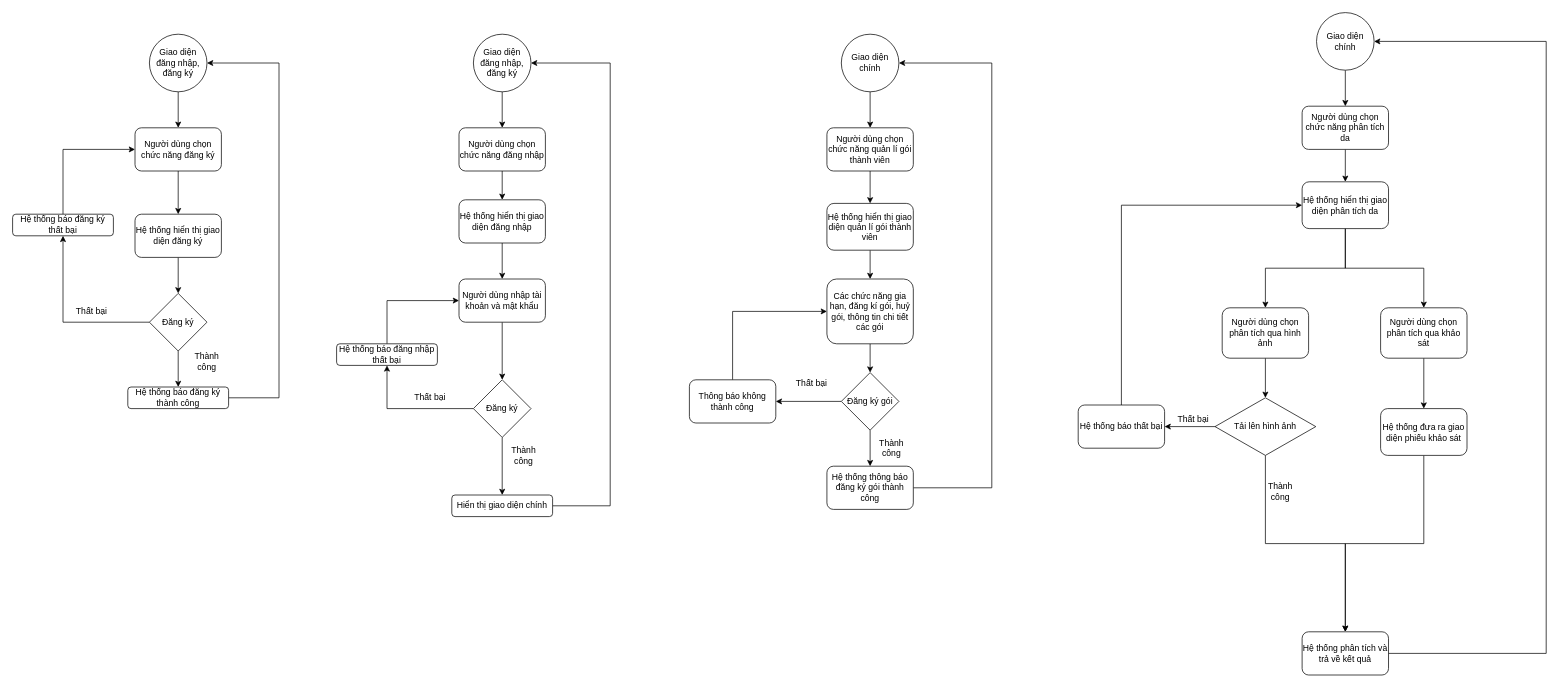
ngnhonk/BeautyMatch keeps this draw.io diagram as User-case chi tiet.drawio. Above is the earlier version. Source tidied: cells renumbered, new cells numbered last; positions are measured from the earlier drawing's top-left corner, leaving out a move shared by most shapes. Both pictures are drawn from the tidied source at 72%, with x=0, y=0 at pixel (12, 12).
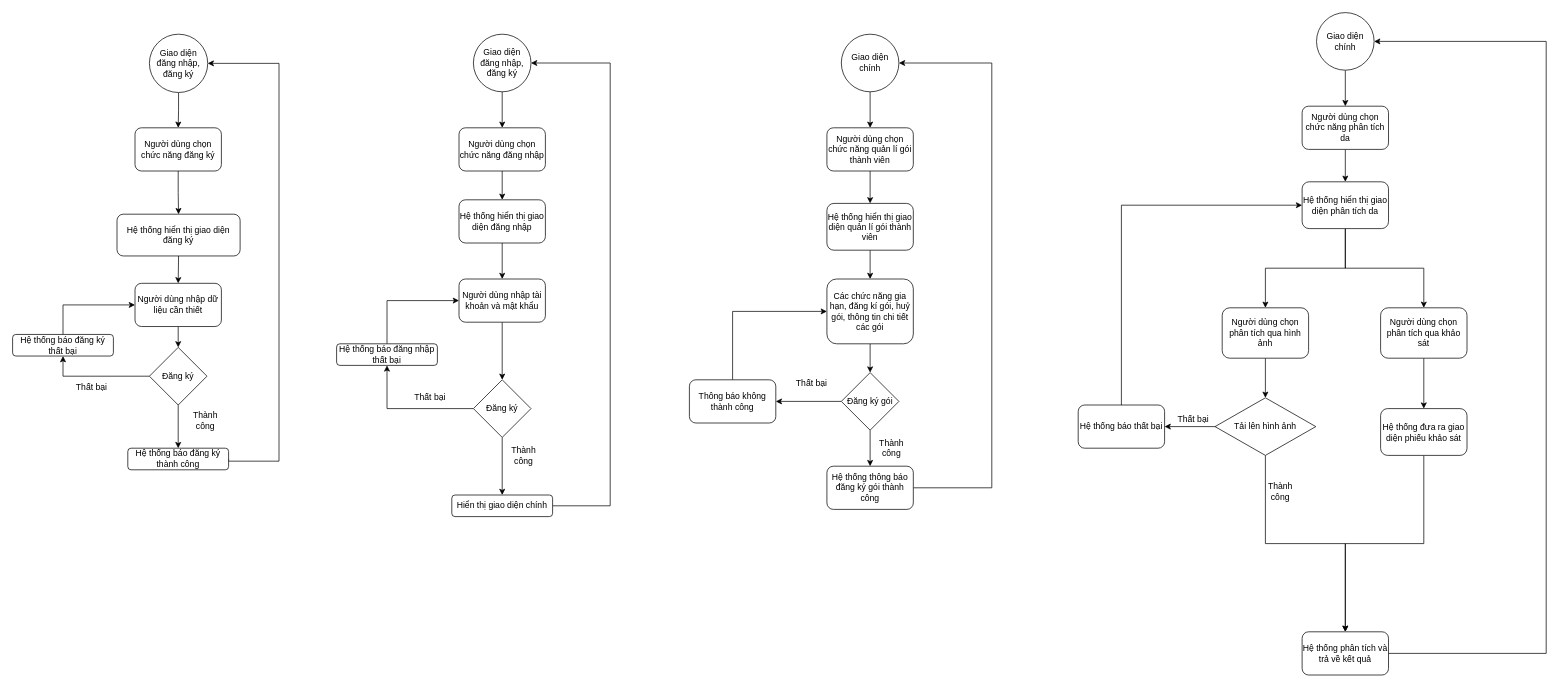
After the change.

Commit message:
Cập nhật User-case chi tiet.drawio

Unchanged cells that the change refers to:
```xml
<mxCell id="5" value="Người dùng chọn chức năng đăng ký" style="rounded=1;whiteSpace=wrap;html=1;" parent="1" vertex="1">
  <mxGeometry x="170" y="160" width="120" height="60" as="geometry" />
</mxCell>
```

Diff of the diagram source:
```diff
@@
     <mxCell id="3" value="Giao diện đăng nhập, đăng ký" style="ellipse;whiteSpace=wrap;html=1;" parent="1" vertex="1">
-      <mxGeometry x="190" y="30" width="80" height="80" as="geometry" />
+      <mxGeometry x="190" y="30" width="81" height="81" as="geometry" />
     </mxCell>
@@
-    <mxCell id="6" style="edgeStyle=orthogonalEdgeStyle;rounded=0;jettySize=auto;html=1;entryX=0.5;entryY=0;entryDx=0;entryDy=0;" parent="1" edge="1" source="7" target="10">
-      <mxGeometry relative="1" as="geometry" />
-    </mxCell>
+    <mxCell id="73" style="edgeStyle=orthogonalEdgeStyle;rounded=0;jettySize=auto;html=1;exitX=0.5;exitY=1;exitDx=0;exitDy=0;entryX=0.5;entryY=0;entryDx=0;entryDy=0;" parent="1" edge="1" source="7" target="77">
+      <mxGeometry relative="1" as="geometry" />
+    </mxCell>
     <mxCell id="7" value="Hệ thống hiển thị giao diện đăng ký" style="rounded=1;whiteSpace=wrap;html=1;" parent="1" vertex="1">
-      <mxGeometry x="170" y="280" width="120" height="60" as="geometry" />
+      <mxGeometry x="145" y="280" width="171" height="58" as="geometry" />
     </mxCell>
+    <mxCell id="9" style="edgeStyle=orthogonalEdgeStyle;rounded=0;jettySize=auto;html=1;entryX=0.5;entryY=0;entryDx=0;entryDy=0;" parent="1" edge="1" source="10" target="14">
+      <mxGeometry relative="1" as="geometry" />
+    </mxCell>
-    <mxCell id="8" style="edgeStyle=orthogonalEdgeStyle;rounded=0;jettySize=auto;html=1;entryX=0.5;entryY=1;entryDx=0;entryDy=0;" parent="1" edge="1" source="10" target="12">
+    <mxCell id="8" style="edgeStyle=orthogonalEdgeStyle;rounded=0;jettySize=auto;html=1;exitX=0;exitY=0.5;exitDx=0;exitDy=0;entryX=0.5;entryY=1;entryDx=0;entryDy=0;" parent="1" edge="1" source="10" target="12">
       <mxGeometry relative="1" as="geometry" />
     </mxCell>
-    <mxCell id="9" style="edgeStyle=orthogonalEdgeStyle;rounded=0;jettySize=auto;html=1;entryX=0.5;entryY=0;entryDx=0;entryDy=0;" parent="1" edge="1" source="10" target="14">
-      <mxGeometry relative="1" as="geometry" />
-    </mxCell>
     <mxCell id="10" value="Đăng ký" style="rhombus;whiteSpace=wrap;html=1;" parent="1" vertex="1">
-      <mxGeometry x="190" y="390" width="80" height="80" as="geometry" />
+      <mxGeometry x="190" y="465" width="80" height="80" as="geometry" />
     </mxCell>
-    <mxCell id="11" style="edgeStyle=orthogonalEdgeStyle;rounded=0;jettySize=auto;html=1;entryX=0;entryY=0.5;entryDx=0;entryDy=0;" parent="1" edge="1" source="12" target="5">
-      <mxGeometry relative="1" as="geometry">
-        <Array as="points">
-          <mxPoint x="70" y="190" />
-        </Array>
-      </mxGeometry>
-    </mxCell>
+    <mxCell id="74" style="edgeStyle=orthogonalEdgeStyle;rounded=0;jettySize=auto;html=1;exitX=0.5;exitY=0;exitDx=0;exitDy=0;entryX=0;entryY=0.5;entryDx=0;entryDy=0;" parent="1" edge="1" source="12" target="77">
+      <mxGeometry relative="1" as="geometry" />
+    </mxCell>
     <mxCell id="12" value="Hệ thống báo đăng ký thất bại" style="rounded=1;whiteSpace=wrap;html=1;" parent="1" vertex="1">
-      <mxGeometry y="280" width="140" height="30" as="geometry" />
+      <mxGeometry y="447" width="140" height="30" as="geometry" />
     </mxCell>
     <mxCell id="13" style="edgeStyle=orthogonalEdgeStyle;rounded=0;jettySize=auto;html=1;entryX=1;entryY=0.5;entryDx=0;entryDy=0;exitX=1;exitY=0.5;exitDx=0;exitDy=0;" parent="1" edge="1" source="14" target="3">
       <mxGeometry relative="1" as="geometry">
         <Array as="points">
-          <mxPoint x="370" y="535" />
+          <mxPoint x="300" y="623" />
+          <mxPoint x="370" y="623" />
           <mxPoint x="370" y="70" />
         </Array>
       </mxGeometry>
     </mxCell>
     <mxCell id="14" value="Hệ thống báo đăng ký thành công" style="rounded=1;whiteSpace=wrap;html=1;" parent="1" vertex="1">
-      <mxGeometry x="160" y="520" width="140" height="30" as="geometry" />
+      <mxGeometry x="160" y="605" width="140" height="30" as="geometry" />
     </mxCell>
     <mxCell id="15" value="Thất bại" style="text;html=1;align=center;verticalAlign=middle;whiteSpace=wrap;rounded=0;" parent="1" vertex="1">
-      <mxGeometry x="80" y="400" width="60" height="30" as="geometry" />
+      <mxGeometry x="80" y="505" width="60" height="30" as="geometry" />
     </mxCell>
     <mxCell id="16" value="Thành công" style="text;html=1;align=center;verticalAlign=middle;whiteSpace=wrap;rounded=0;" parent="1" vertex="1">
-      <mxGeometry x="240" y="470" width="60" height="30" as="geometry" />
+      <mxGeometry x="238" y="552" width="60" height="30" as="geometry" />
     </mxCell>
@@
+    <mxCell id="75" style="edgeStyle=orthogonalEdgeStyle;rounded=0;jettySize=auto;html=1;exitX=1;exitY=0.5;exitDx=0;exitDy=0;" parent="1" edge="1" source="77">
+      <mxGeometry relative="1" as="geometry">
+        <mxPoint x="290.3" y="406.6" as="targetPoint" />
+      </mxGeometry>
+    </mxCell>
+    <mxCell id="76" style="edgeStyle=orthogonalEdgeStyle;rounded=0;jettySize=auto;html=1;exitX=0.5;exitY=1;exitDx=0;exitDy=0;entryX=0.5;entryY=0;entryDx=0;entryDy=0;" parent="1" edge="1" source="77" target="10">
+      <mxGeometry relative="1" as="geometry" />
+    </mxCell>
+    <mxCell id="77" value="Người dùng nhập dữ liệu cần thiết" style="rounded=1;whiteSpace=wrap;html=1;" parent="1" vertex="1">
+      <mxGeometry x="170" y="376" width="120" height="60" as="geometry" />
+    </mxCell>
```
